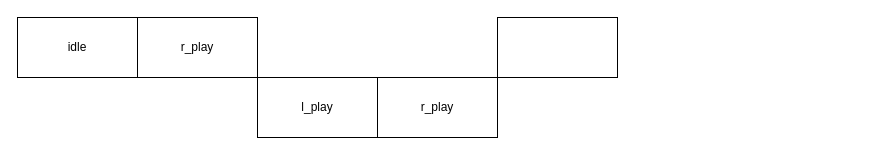
Above: bidirmsc.drawio in Chee-En/SoCLab (draw.io), before the change. Source tidied: cells renumbered, new cells numbered last; positions are measured from the earlier drawing's top-left corner, leaving out a move shared by most shapes. Both pictures are drawn from the tidied source at 100%, with x=0, y=0 at pixel (17, 17).
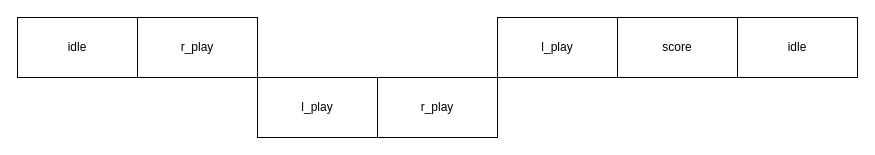
The same page after the edit.

What changed in the source:
```diff
@@
 <mxGraphModel>
   <root>
     <mxCell id="0" />
     <mxCell id="1" parent="0" />
     <mxCell id="2" value="idle" style="rounded=0;whiteSpace=wrap;html=1;" parent="1" vertex="1">
       <mxGeometry width="120" height="60" as="geometry" />
     </mxCell>
     <mxCell id="3" value="r_play" style="rounded=0;whiteSpace=wrap;html=1;" parent="1" vertex="1">
       <mxGeometry x="120" width="120" height="60" as="geometry" />
     </mxCell>
     <mxCell id="4" value="l_play" style="rounded=0;whiteSpace=wrap;html=1;" parent="1" vertex="1">
       <mxGeometry x="240" y="60" width="120" height="60" as="geometry" />
     </mxCell>
     <mxCell id="5" value="r_play" style="rounded=0;whiteSpace=wrap;html=1;" parent="1" vertex="1">
       <mxGeometry x="360" y="60" width="120" height="60" as="geometry" />
     </mxCell>
-    <mxCell id="6" style="rounded=0;whiteSpace=wrap;html=1;" parent="1" vertex="1">
+    <mxCell id="6" value="l_play" style="rounded=0;whiteSpace=wrap;html=1;" parent="1" vertex="1">
       <mxGeometry x="480" width="120" height="60" as="geometry" />
     </mxCell>
+    <mxCell id="7" value="score" style="rounded=0;whiteSpace=wrap;html=1;" parent="1" vertex="1">
+      <mxGeometry x="600" width="120" height="60" as="geometry" />
+    </mxCell>
+    <mxCell id="8" value="idle" style="rounded=0;whiteSpace=wrap;html=1;" parent="1" vertex="1">
+      <mxGeometry x="720" width="120" height="60" as="geometry" />
+    </mxCell>
   </root>
 </mxGraphModel>
```
